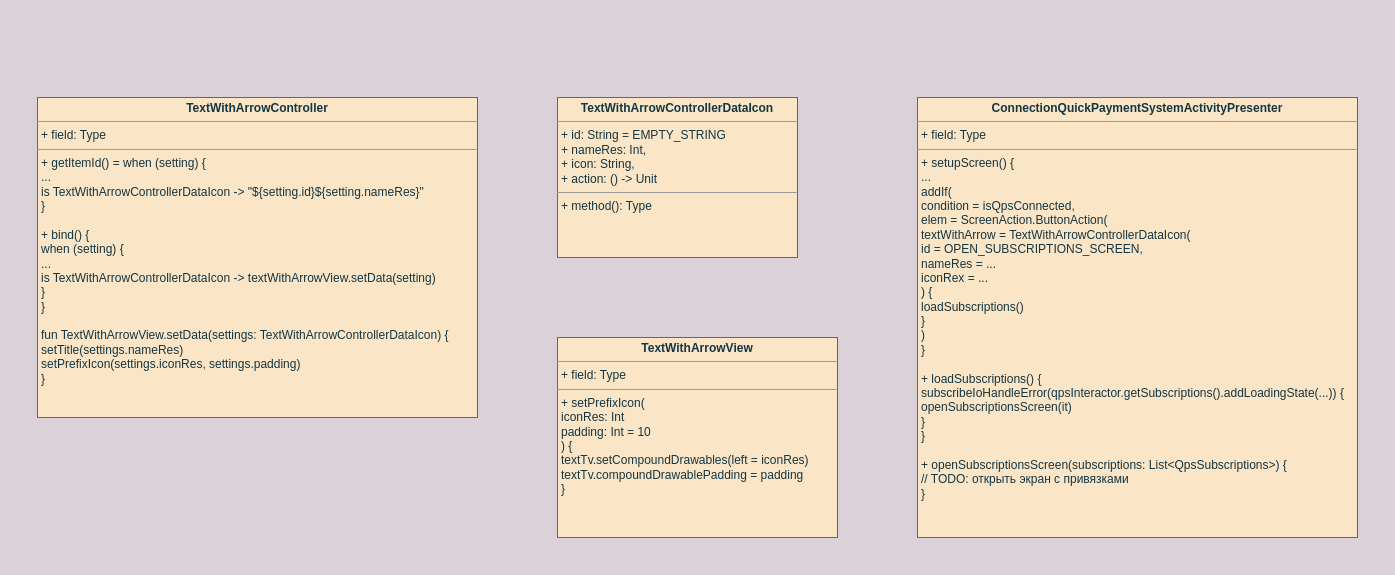
Before: UNI-16876.drawio in ShiryaevNikolay/diagrams, a draw.io diagram. Source tidied: cells renumbered, new cells numbered last; positions are measured from the earlier drawing's top-left corner, leaving out a move shared by most shapes. Both pictures are drawn from the tidied source at 100%, with x=0, y=0 at pixel (37, 97).
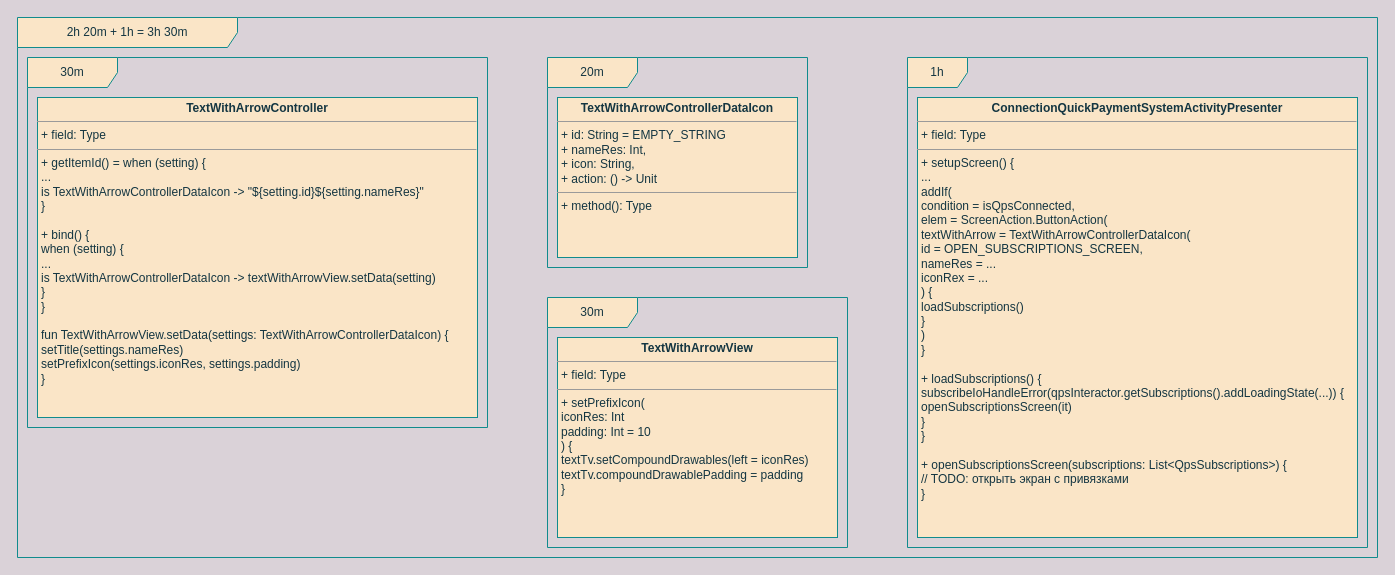
The same page after the edit.

What changed in the source:
```diff
@@
 <mxGraphModel background="#DAD2D8">
   <root>
     <mxCell id="0" />
     <mxCell id="1" parent="0" />
     <mxCell id="2" value="&lt;p style=&quot;margin:0px;margin-top:4px;text-align:center;&quot;&gt;&lt;b&gt;TextWithArrowController&lt;/b&gt;&lt;/p&gt;&lt;hr size=&quot;1&quot;&gt;&lt;p style=&quot;margin:0px;margin-left:4px;&quot;&gt;+ field: Type&lt;/p&gt;&lt;hr size=&quot;1&quot;&gt;&lt;p style=&quot;margin:0px;margin-left:4px;&quot;&gt;+ getItemId() = when (setting) {&lt;/p&gt;&lt;p style=&quot;margin:0px;margin-left:4px;&quot;&gt;...&lt;/p&gt;&lt;p style=&quot;margin:0px;margin-left:4px;&quot;&gt;is TextWithArrowControllerDataIcon -&amp;gt; &quot;${setting.id}${setting.nameRes}&quot;&lt;br&gt;&lt;/p&gt;&lt;p style=&quot;margin:0px;margin-left:4px;&quot;&gt;}&lt;/p&gt;&lt;p style=&quot;margin:0px;margin-left:4px;&quot;&gt;&lt;br&gt;&lt;/p&gt;&lt;p style=&quot;margin:0px;margin-left:4px;&quot;&gt;+ bind() {&lt;/p&gt;&lt;p style=&quot;margin:0px;margin-left:4px;&quot;&gt;when (setting) {&lt;/p&gt;&lt;p style=&quot;margin:0px;margin-left:4px;&quot;&gt;...&lt;/p&gt;&lt;p style=&quot;margin:0px;margin-left:4px;&quot;&gt;is TextWithArrowControllerDataIcon -&amp;gt; textWithArrowView.setData(setting)&lt;br&gt;&lt;/p&gt;&lt;p style=&quot;margin:0px;margin-left:4px;&quot;&gt;}&lt;br&gt;&lt;/p&gt;&lt;p style=&quot;margin:0px;margin-left:4px;&quot;&gt;}&lt;/p&gt;&lt;p style=&quot;margin:0px;margin-left:4px;&quot;&gt;&lt;br&gt;&lt;/p&gt;&lt;p style=&quot;margin:0px;margin-left:4px;&quot;&gt;fun TextWithArrowView.setData(settings: TextWithArrowControllerDataIcon) {&lt;/p&gt;&lt;p style=&quot;margin:0px;margin-left:4px;&quot;&gt;setTitle(settings.nameRes)&lt;/p&gt;&lt;p style=&quot;margin:0px;margin-left:4px;&quot;&gt;setPrefixIcon(settings.iconRes, settings.padding)&lt;br&gt;&lt;/p&gt;&lt;p style=&quot;margin:0px;margin-left:4px;&quot;&gt;}&lt;br&gt;&lt;/p&gt;" style="verticalAlign=top;align=left;overflow=fill;fontSize=12;fontFamily=Helvetica;html=1;rounded=0;sketch=0;fontColor=#143642;strokeColor=#0F8B8D;fillColor=#FAE5C7;" parent="1" vertex="1">
       <mxGeometry width="440" height="320" as="geometry" />
     </mxCell>
     <mxCell id="3" value="&lt;p style=&quot;margin:0px;margin-top:4px;text-align:center;&quot;&gt;&lt;b&gt;TextWithArrowControllerDataIcon&lt;/b&gt;&lt;/p&gt;&lt;hr size=&quot;1&quot;&gt;&lt;p style=&quot;margin:0px;margin-left:4px;&quot;&gt;+ id: String = EMPTY_STRING&lt;/p&gt;&lt;p style=&quot;margin:0px;margin-left:4px;&quot;&gt;+ nameRes: Int,&lt;/p&gt;&lt;p style=&quot;margin:0px;margin-left:4px;&quot;&gt;+ icon: String,&lt;/p&gt;&lt;p style=&quot;margin:0px;margin-left:4px;&quot;&gt;+ action: () -&amp;gt; Unit&lt;br&gt;&lt;/p&gt;&lt;hr size=&quot;1&quot;&gt;&lt;p style=&quot;margin:0px;margin-left:4px;&quot;&gt;+ method(): Type&lt;/p&gt;" style="verticalAlign=top;align=left;overflow=fill;fontSize=12;fontFamily=Helvetica;html=1;rounded=0;sketch=0;fontColor=#143642;strokeColor=#0F8B8D;fillColor=#FAE5C7;" parent="1" vertex="1">
       <mxGeometry x="520" width="240" height="160" as="geometry" />
     </mxCell>
     <mxCell id="4" value="&lt;p style=&quot;margin:0px;margin-top:4px;text-align:center;&quot;&gt;&lt;b&gt;TextWithArrowView&lt;/b&gt;&lt;/p&gt;&lt;hr size=&quot;1&quot;&gt;&lt;p style=&quot;margin:0px;margin-left:4px;&quot;&gt;+ field: Type&lt;/p&gt;&lt;hr size=&quot;1&quot;&gt;&lt;p style=&quot;margin:0px;margin-left:4px;&quot;&gt;+ setPrefixIcon(&lt;/p&gt;&lt;p style=&quot;margin:0px;margin-left:4px;&quot;&gt;iconRes: Int&lt;/p&gt;&lt;p style=&quot;margin:0px;margin-left:4px;&quot;&gt;padding: Int = 10&lt;br&gt;&lt;/p&gt;&lt;p style=&quot;margin:0px;margin-left:4px;&quot;&gt;) {&lt;/p&gt;&lt;p style=&quot;margin:0px;margin-left:4px;&quot;&gt;textTv.setCompoundDrawables(left = iconRes)&lt;/p&gt;&lt;p style=&quot;margin:0px;margin-left:4px;&quot;&gt;textTv.compoundDrawablePadding = padding&lt;br&gt;&lt;/p&gt;&lt;p style=&quot;margin:0px;margin-left:4px;&quot;&gt;}&lt;br&gt;&lt;/p&gt;" style="verticalAlign=top;align=left;overflow=fill;fontSize=12;fontFamily=Helvetica;html=1;rounded=0;sketch=0;fontColor=#143642;strokeColor=#0F8B8D;fillColor=#FAE5C7;" parent="1" vertex="1">
       <mxGeometry x="520" y="240" width="280" height="200" as="geometry" />
     </mxCell>
     <mxCell id="5" value="&lt;p style=&quot;margin:0px;margin-top:4px;text-align:center;&quot;&gt;&lt;b&gt;ConnectionQuickPaymentSystemActivityPresenter&lt;/b&gt;&lt;/p&gt;&lt;hr size=&quot;1&quot;&gt;&lt;p style=&quot;margin:0px;margin-left:4px;&quot;&gt;+ field: Type&lt;/p&gt;&lt;hr size=&quot;1&quot;&gt;&lt;p style=&quot;margin:0px;margin-left:4px;&quot;&gt;+ setupScreen() {&lt;/p&gt;&lt;p style=&quot;margin:0px;margin-left:4px;&quot;&gt;...&lt;/p&gt;&lt;p style=&quot;margin:0px;margin-left:4px;&quot;&gt;addIf(&lt;/p&gt;&lt;p style=&quot;margin:0px;margin-left:4px;&quot;&gt;condition = isQpsConnected,&lt;/p&gt;&lt;p style=&quot;margin:0px;margin-left:4px;&quot;&gt;elem = ScreenAction.ButtonAction(&lt;/p&gt;&lt;p style=&quot;margin:0px;margin-left:4px;&quot;&gt;textWithArrow = TextWithArrowControllerDataIcon(&lt;/p&gt;&lt;p style=&quot;margin:0px;margin-left:4px;&quot;&gt;id = OPEN_SUBSCRIPTIONS_SCREEN,&lt;/p&gt;&lt;p style=&quot;margin:0px;margin-left:4px;&quot;&gt;nameRes = ...&lt;/p&gt;&lt;p style=&quot;margin:0px;margin-left:4px;&quot;&gt;iconRex = ...&lt;br&gt;&lt;/p&gt;&lt;p style=&quot;margin:0px;margin-left:4px;&quot;&gt;) {&lt;/p&gt;&lt;p style=&quot;margin:0px;margin-left:4px;&quot;&gt;loadSubscriptions()&lt;br&gt;&lt;/p&gt;&lt;p style=&quot;margin:0px;margin-left:4px;&quot;&gt;}&lt;br&gt;&lt;/p&gt;&lt;p style=&quot;margin:0px;margin-left:4px;&quot;&gt;)&lt;br&gt;&lt;/p&gt;&lt;p style=&quot;margin:0px;margin-left:4px;&quot;&gt;}&lt;/p&gt;&lt;p style=&quot;margin:0px;margin-left:4px;&quot;&gt;&lt;br&gt;&lt;/p&gt;&lt;p style=&quot;margin:0px;margin-left:4px;&quot;&gt;+ loadSubscriptions() {&lt;/p&gt;&lt;p style=&quot;margin:0px;margin-left:4px;&quot;&gt;subscribeIoHandleError(qpsInteractor.getSubscriptions().addLoadingState(...)) {&lt;/p&gt;&lt;p style=&quot;margin:0px;margin-left:4px;&quot;&gt;openSubscriptionsScreen(it)&lt;br&gt;&lt;/p&gt;&lt;p style=&quot;margin:0px;margin-left:4px;&quot;&gt;}&lt;br&gt;&lt;/p&gt;&lt;p style=&quot;margin:0px;margin-left:4px;&quot;&gt;}&lt;/p&gt;&lt;p style=&quot;margin:0px;margin-left:4px;&quot;&gt;&lt;br&gt;&lt;/p&gt;&lt;p style=&quot;margin:0px;margin-left:4px;&quot;&gt;+ openSubscriptionsScreen(subscriptions: List&amp;lt;QpsSubscriptions&amp;gt;) {&lt;/p&gt;&lt;p style=&quot;margin:0px;margin-left:4px;&quot;&gt;// TODO: открыть экран с привязками&lt;br&gt;&lt;/p&gt;&lt;p style=&quot;margin:0px;margin-left:4px;&quot;&gt;}&lt;br&gt;&lt;/p&gt;" style="verticalAlign=top;align=left;overflow=fill;fontSize=12;fontFamily=Helvetica;html=1;rounded=0;sketch=0;fontColor=#143642;strokeColor=#0F8B8D;fillColor=#FAE5C7;" parent="1" vertex="1">
       <mxGeometry x="880" width="440" height="440" as="geometry" />
     </mxCell>
+    <mxCell id="6" value="30m" style="shape=umlFrame;whiteSpace=wrap;html=1;rounded=0;sketch=0;fontColor=#143642;strokeColor=#0F8B8D;fillColor=#FAE5C7;width=90;height=30;" parent="1" vertex="1">
+      <mxGeometry x="-10" y="-40" width="460" height="370" as="geometry" />
+    </mxCell>
+    <mxCell id="7" value="20m" style="shape=umlFrame;whiteSpace=wrap;html=1;rounded=0;sketch=0;fontColor=#143642;strokeColor=#0F8B8D;fillColor=#FAE5C7;width=90;height=30;" parent="1" vertex="1">
+      <mxGeometry x="510" y="-40" width="260" height="210" as="geometry" />
+    </mxCell>
+    <mxCell id="8" value="30m" style="shape=umlFrame;whiteSpace=wrap;html=1;rounded=0;sketch=0;fontColor=#143642;strokeColor=#0F8B8D;fillColor=#FAE5C7;width=90;height=30;" parent="1" vertex="1">
+      <mxGeometry x="510" y="200" width="300" height="250" as="geometry" />
+    </mxCell>
+    <mxCell id="9" value="1h" style="shape=umlFrame;whiteSpace=wrap;html=1;rounded=0;sketch=0;fontColor=#143642;strokeColor=#0F8B8D;fillColor=#FAE5C7;" parent="1" vertex="1">
+      <mxGeometry x="870" y="-40" width="460" height="490" as="geometry" />
+    </mxCell>
+    <mxCell id="10" value="2h 20m + 1h = 3h 30m" style="shape=umlFrame;whiteSpace=wrap;html=1;rounded=0;sketch=0;fontColor=#143642;strokeColor=#0F8B8D;fillColor=#FAE5C7;width=220;height=30;" parent="1" vertex="1">
+      <mxGeometry x="-20" y="-80" width="1360" height="540" as="geometry" />
+    </mxCell>
   </root>
 </mxGraphModel>
```
